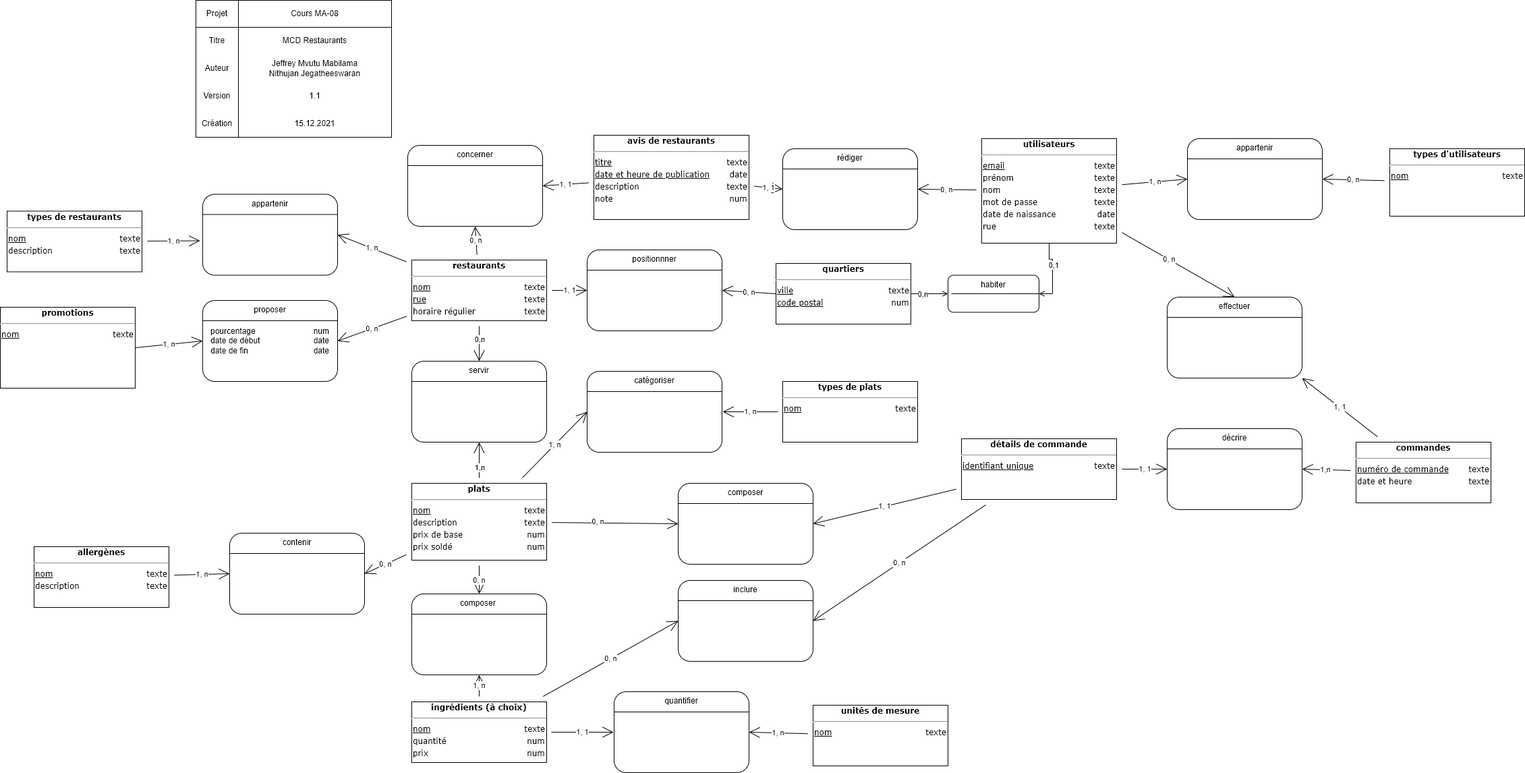
J-Nithujan/MA-08-Modele-Restaurants keeps this draw.io diagram as Rendu/MCD-Restaurants.png. Above is the earlier version. Source tidied: cells renumbered, new cells last; positions are measured from the earlier drawing's top-left corner, leaving out a move shared by most shapes.
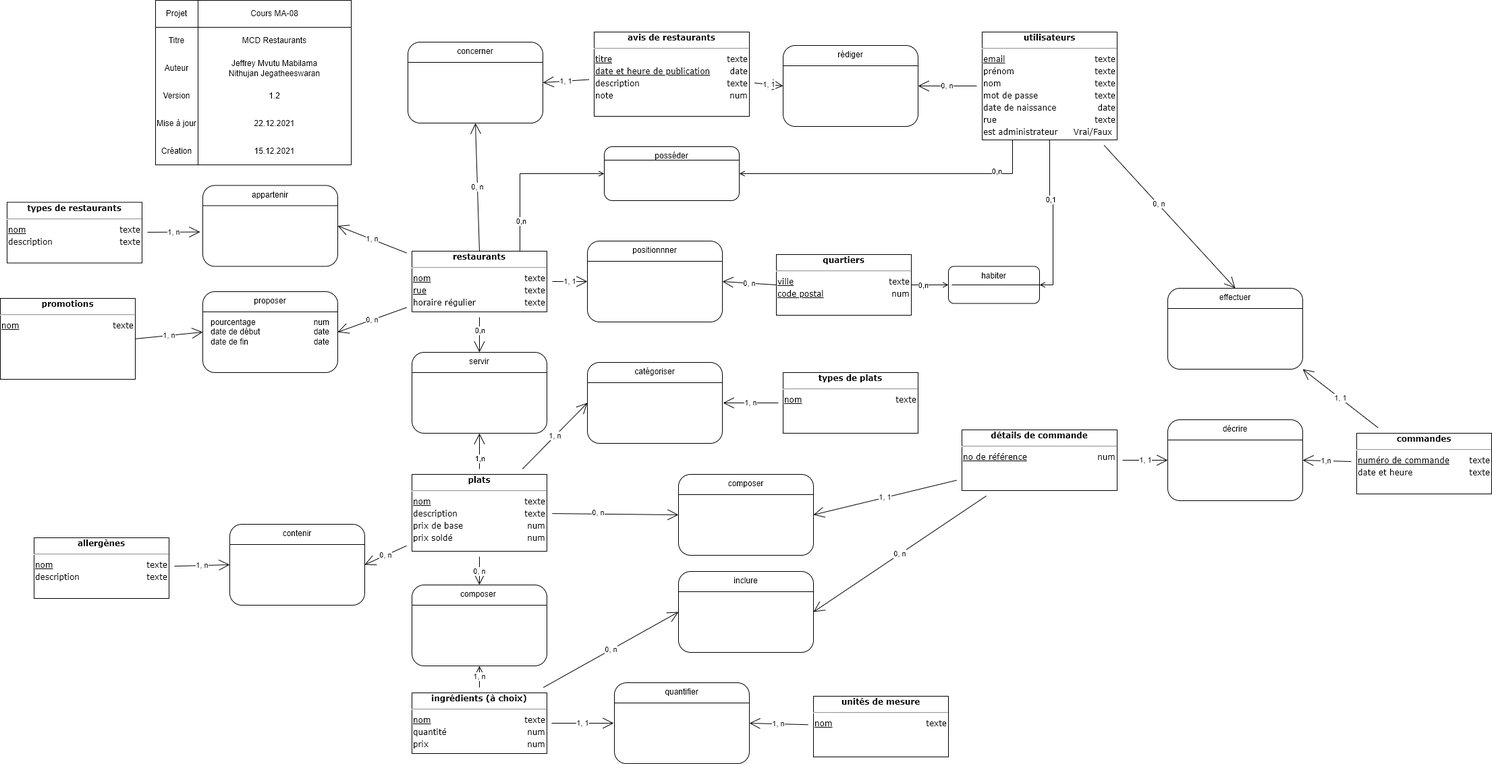
After the change.

Change to the diagram source:
```diff
@@ -5,3 +5,3 @@
     <mxCell id="2" style="shape=table;html=1;whiteSpace=wrap;startSize=0;align=right;" parent="1" vertex="1">
-      <mxGeometry x="290" width="290" height="203" as="geometry" />
+      <mxGeometry x="230" y="13" width="290" height="244" as="geometry" />
     </mxCell>
@@ -40,7 +40,16 @@
     </mxCell>
-    <mxCell id="14" value="1.1" style="shape=partialRectangle;html=1;whiteSpace=wrap;fillColor=none;top=0;left=0;bottom=0;right=0;overflow=hidden;" parent="12" vertex="1">
+    <mxCell id="14" value="1.2" style="shape=partialRectangle;html=1;whiteSpace=wrap;fillColor=none;top=0;left=0;bottom=0;right=0;overflow=hidden;" parent="12" vertex="1">
       <mxGeometry x="63" width="227" height="41" as="geometry" />
     </mxCell>
+    <mxCell id="104" style="shape=partialRectangle;html=1;whiteSpace=wrap;fillColor=none;top=0;left=0;bottom=0;right=0;" parent="2" vertex="1">
+      <mxGeometry y="162" width="290" height="41" as="geometry" />
+    </mxCell>
+    <mxCell id="105" value="Mise à jour" style="shape=partialRectangle;html=1;whiteSpace=wrap;fillColor=none;top=0;left=0;bottom=0;right=0;overflow=hidden;" parent="104" vertex="1">
+      <mxGeometry width="63" height="41" as="geometry" />
+    </mxCell>
+    <mxCell id="106" value="22.12.2021" style="shape=partialRectangle;html=1;whiteSpace=wrap;fillColor=none;top=0;left=0;bottom=0;right=0;overflow=hidden;" parent="104" vertex="1">
+      <mxGeometry x="63" width="227" height="41" as="geometry" />
+    </mxCell>
     <mxCell id="15" style="shape=partialRectangle;html=1;whiteSpace=wrap;fillColor=none;top=0;left=0;bottom=0;right=0;" parent="2" vertex="1">
-      <mxGeometry y="162" width="290" height="41" as="geometry" />
+      <mxGeometry y="203" width="290" height="41" as="geometry" />
     </mxCell>
@@ -55,3 +64,3 @@
     </mxCell>
-    <mxCell id="19" value="0, n" style="edgeStyle=none;curved=1;rounded=0;jettySize=auto;html=1;entryX=0.5;entryY=1;entryDx=0;entryDy=0;endArrow=open;startSize=14;endSize=14;sourcePerimeterSpacing=8;targetPerimeterSpacing=8;" parent="1" edge="1" source="24" target="80">
+    <mxCell id="19" value="0, n" style="edgeStyle=none;curved=1;rounded=0;jettySize=auto;html=1;entryX=0.5;entryY=1;entryDx=0;entryDy=0;endArrow=open;startSize=14;endSize=14;sourcePerimeterSpacing=8;targetPerimeterSpacing=8;exitX=0.5;exitY=0;exitDx=0;exitDy=0;" parent="1" edge="1" source="24" target="80">
       <mxGeometry relative="1" as="geometry" />
@@ -70,2 +79,12 @@
     </mxCell>
+    <mxCell id="107" style="edgeStyle=orthogonalEdgeStyle;rounded=0;jettySize=auto;html=1;entryX=0;entryY=0.5;entryDx=0;entryDy=0;endArrow=open;endFill=0;" parent="1" edge="1" source="24" target="111">
+      <mxGeometry relative="1" as="geometry">
+        <Array as="points">
+          <mxPoint x="770" y="270" />
+        </Array>
+      </mxGeometry>
+    </mxCell>
+    <mxCell id="108" value="0,n" style="edgeLabel;html=1;align=center;verticalAlign=middle;" parent="107" vertex="1">
+      <mxGeometry x="-0.62" y="-1" relative="1" as="geometry" />
+    </mxCell>
     <mxCell id="24" value="&lt;div style=&quot;box-sizing: border-box ; width: 100% ; padding: 2px&quot;&gt;&lt;span style=&quot;background-color: rgb(255 , 255 , 255)&quot;&gt;&lt;b&gt;restaurants&lt;/b&gt;&lt;/span&gt;&lt;/div&gt;&lt;hr&gt;&lt;table style=&quot;width: 100% ; font-size: 1em&quot; cellpadding=&quot;2&quot; cellspacing=&quot;0&quot;&gt;&lt;tbody&gt;&lt;tr&gt;&lt;td style=&quot;text-align: left&quot;&gt;&lt;u&gt;nom&lt;/u&gt;&lt;/td&gt;&lt;td style=&quot;text-align: right&quot;&gt;texte&lt;br&gt;&lt;/td&gt;&lt;/tr&gt;&lt;tr&gt;&lt;td style=&quot;text-align: left&quot;&gt;&lt;u&gt;rue&lt;/u&gt;&lt;/td&gt;&lt;td style=&quot;text-align: right&quot;&gt;texte&lt;br&gt;&lt;/td&gt;&lt;/tr&gt;&lt;tr&gt;&lt;td style=&quot;text-align: left&quot;&gt;horaire régulier&lt;/td&gt;&lt;td style=&quot;text-align: right&quot;&gt;texte&lt;/td&gt;&lt;/tr&gt;&lt;/tbody&gt;&lt;/table&gt;" style="verticalAlign=top;align=center;overflow=fill;html=1;rounded=0;shadow=0;comic=0;labelBackgroundColor=none;strokeColor=#000000;strokeWidth=1;fillColor=#ffffff;fontFamily=Verdana;fontSize=12;fontColor=#000000;" parent="1" vertex="1">
@@ -127,3 +146,3 @@
     <mxCell id="41" value="&lt;div style=&quot;box-sizing: border-box ; width: 100% ; padding: 2px&quot;&gt;&lt;span style=&quot;background-color: rgb(255 , 255 , 255)&quot;&gt;&lt;b&gt;avis de restaurants&lt;/b&gt;&lt;/span&gt;&lt;/div&gt;&lt;hr&gt;&lt;table style=&quot;width: 100% ; font-size: 1em&quot; cellpadding=&quot;2&quot; cellspacing=&quot;0&quot;&gt;&lt;tbody&gt;&lt;tr&gt;&lt;td style=&quot;text-align: left&quot;&gt;&lt;u&gt;titre&lt;/u&gt;&lt;/td&gt;&lt;td style=&quot;text-align: right&quot;&gt;texte&lt;br&gt;&lt;/td&gt;&lt;/tr&gt;&lt;tr&gt;&lt;td style=&quot;text-align: left&quot;&gt;&lt;u&gt;date et heure de publication&lt;/u&gt;&lt;/td&gt;&lt;td style=&quot;text-align: right&quot;&gt;date&lt;br&gt;&lt;/td&gt;&lt;/tr&gt;&lt;tr&gt;&lt;td style=&quot;text-align: left&quot;&gt;description&lt;/td&gt;&lt;td style=&quot;text-align: right&quot;&gt;texte&lt;/td&gt;&lt;/tr&gt;&lt;tr&gt;&lt;td style=&quot;text-align: left&quot;&gt;note&lt;/td&gt;&lt;td style=&quot;text-align: right&quot;&gt;num&lt;/td&gt;&lt;/tr&gt;&lt;/tbody&gt;&lt;/table&gt;" style="verticalAlign=top;align=center;overflow=fill;html=1;rounded=0;shadow=0;comic=0;labelBackgroundColor=none;strokeColor=#000000;strokeWidth=1;fillColor=#ffffff;fontFamily=Verdana;fontSize=12;fontColor=#000000;" parent="1" vertex="1">
-      <mxGeometry x="880" y="200" width="230" height="125" as="geometry" />
+      <mxGeometry x="880" y="60" width="230" height="125" as="geometry" />
     </mxCell>
@@ -150,8 +169,2 @@
     </mxCell>
-    <mxCell id="49" value="0, n" style="edgeStyle=none;curved=1;rounded=0;jettySize=auto;html=1;entryX=1;entryY=0.5;entryDx=0;entryDy=0;endArrow=open;startSize=14;endSize=14;sourcePerimeterSpacing=8;targetPerimeterSpacing=8;" parent="1" edge="1" source="50" target="88">
-      <mxGeometry relative="1" as="geometry" />
-    </mxCell>
-    <mxCell id="50" value="&lt;div style=&quot;box-sizing: border-box ; width: 100% ; padding: 2px&quot;&gt;&lt;span style=&quot;background-color: rgb(255 , 255 , 255)&quot;&gt;&lt;b&gt;types d'utilisateurs&lt;/b&gt;&lt;/span&gt;&lt;/div&gt;&lt;hr&gt;&lt;table style=&quot;width: 100% ; font-size: 1em&quot; cellpadding=&quot;2&quot; cellspacing=&quot;0&quot;&gt;&lt;tbody&gt;&lt;tr&gt;&lt;td style=&quot;text-align: left&quot;&gt;&lt;u&gt;nom&lt;br&gt;&lt;/u&gt;&lt;/td&gt;&lt;td style=&quot;text-align: right&quot;&gt;texte&lt;br&gt;&lt;/td&gt;&lt;/tr&gt;&lt;/tbody&gt;&lt;/table&gt;" style="verticalAlign=top;align=center;overflow=fill;html=1;rounded=0;shadow=0;comic=0;labelBackgroundColor=none;strokeColor=#000000;strokeWidth=1;fillColor=#ffffff;fontFamily=Verdana;fontSize=12;fontColor=#000000;" parent="1" vertex="1">
-      <mxGeometry x="2060" y="220" width="200" height="100" as="geometry" />
-    </mxCell>
     <mxCell id="51" value="0, n" style="edgeStyle=none;curved=1;rounded=0;jettySize=auto;html=1;entryX=1;entryY=0.5;entryDx=0;entryDy=0;endArrow=open;startSize=14;endSize=14;sourcePerimeterSpacing=8;targetPerimeterSpacing=8;" parent="1" edge="1" source="55" target="70">
@@ -159,5 +172,2 @@
     </mxCell>
-    <mxCell id="52" value="1, n" style="edgeStyle=none;curved=1;rounded=0;jettySize=auto;html=1;entryX=0;entryY=0.5;entryDx=0;entryDy=0;endArrow=open;startSize=14;endSize=14;sourcePerimeterSpacing=8;targetPerimeterSpacing=8;" parent="1" edge="1" source="55" target="88">
-      <mxGeometry relative="1" as="geometry" />
-    </mxCell>
     <mxCell id="53" style="edgeStyle=none;curved=1;rounded=0;jettySize=auto;html=1;entryX=0.5;entryY=0;entryDx=0;entryDy=0;endArrow=open;startSize=14;endSize=14;sourcePerimeterSpacing=8;targetPerimeterSpacing=8;" parent="1" edge="1" source="55" target="78">
@@ -170,4 +180,14 @@
     </mxCell>
+    <mxCell id="109" style="edgeStyle=orthogonalEdgeStyle;rounded=0;jettySize=auto;html=1;entryX=1;entryY=0.5;entryDx=0;entryDy=0;endArrow=open;endFill=0;" parent="1" edge="1" source="55" target="111">
+      <mxGeometry relative="1" as="geometry">
+        <Array as="points">
+          <mxPoint x="1500" y="270" />
+        </Array>
+      </mxGeometry>
+    </mxCell>
+    <mxCell id="110" value="0,n" style="edgeLabel;html=1;align=center;verticalAlign=middle;" parent="109" vertex="1">
+      <mxGeometry x="-0.67" y="-4" relative="1" as="geometry" />
+    </mxCell>
-    <mxCell id="55" value="&lt;div style=&quot;box-sizing: border-box ; width: 100% ; padding: 2px&quot;&gt;&lt;span style=&quot;background-color: rgb(255 , 255 , 255)&quot;&gt;&lt;b&gt;utilisateurs&lt;/b&gt;&lt;/span&gt;&lt;/div&gt;&lt;hr&gt;&lt;table style=&quot;width: 100% ; font-size: 1em&quot; cellpadding=&quot;2&quot; cellspacing=&quot;0&quot;&gt;&lt;tbody&gt;&lt;tr&gt;&lt;td style=&quot;text-align: left&quot;&gt;&lt;u&gt;email&lt;/u&gt;&lt;/td&gt;&lt;td style=&quot;text-align: right&quot;&gt;texte&lt;/td&gt;&lt;/tr&gt;&lt;tr&gt;&lt;td style=&quot;text-align: left&quot;&gt;prénom&lt;/td&gt;&lt;td style=&quot;text-align: right&quot;&gt;texte&lt;br&gt;&lt;/td&gt;&lt;/tr&gt;&lt;tr&gt;&lt;td style=&quot;text-align: left&quot;&gt;nom&lt;br&gt;&lt;/td&gt;&lt;td style=&quot;text-align: right&quot;&gt;texte&lt;br&gt;&lt;/td&gt;&lt;/tr&gt;&lt;tr&gt;&lt;td style=&quot;text-align: left&quot;&gt;mot de passe&lt;/td&gt;&lt;td style=&quot;text-align: right&quot;&gt;texte&lt;/td&gt;&lt;/tr&gt;&lt;tr&gt;&lt;td style=&quot;text-align: left&quot;&gt;date de naissance&lt;/td&gt;&lt;td style=&quot;text-align: right&quot;&gt;date&lt;/td&gt;&lt;/tr&gt;&lt;tr&gt;&lt;td style=&quot;text-align: left&quot;&gt;rue&lt;/td&gt;&lt;td style=&quot;text-align: right&quot;&gt;texte&lt;/td&gt;&lt;/tr&gt;&lt;/tbody&gt;&lt;/table&gt;" style="verticalAlign=top;align=center;overflow=fill;html=1;rounded=0;shadow=0;comic=0;labelBackgroundColor=none;strokeColor=#000000;strokeWidth=1;fillColor=#ffffff;fontFamily=Verdana;fontSize=12;fontColor=#000000;" parent="1" vertex="1">
-      <mxGeometry x="1455" y="205" width="200" height="155" as="geometry" />
+    <mxCell id="55" value="&lt;div style=&quot;box-sizing: border-box ; width: 100% ; padding: 2px&quot;&gt;&lt;span style=&quot;background-color: rgb(255 , 255 , 255)&quot;&gt;&lt;b&gt;utilisateurs&lt;/b&gt;&lt;/span&gt;&lt;/div&gt;&lt;hr&gt;&lt;table style=&quot;width: 100% ; font-size: 1em&quot; cellpadding=&quot;2&quot; cellspacing=&quot;0&quot;&gt;&lt;tbody&gt;&lt;tr&gt;&lt;td style=&quot;text-align: left&quot;&gt;&lt;u&gt;email&lt;/u&gt;&lt;/td&gt;&lt;td style=&quot;text-align: right&quot;&gt;texte&lt;/td&gt;&lt;/tr&gt;&lt;tr&gt;&lt;td style=&quot;text-align: left&quot;&gt;prénom&lt;/td&gt;&lt;td style=&quot;text-align: right&quot;&gt;texte&lt;br&gt;&lt;/td&gt;&lt;/tr&gt;&lt;tr&gt;&lt;td style=&quot;text-align: left&quot;&gt;nom&lt;br&gt;&lt;/td&gt;&lt;td style=&quot;text-align: right&quot;&gt;texte&lt;br&gt;&lt;/td&gt;&lt;/tr&gt;&lt;tr&gt;&lt;td style=&quot;text-align: left&quot;&gt;mot de passe&lt;/td&gt;&lt;td style=&quot;text-align: right&quot;&gt;texte&lt;/td&gt;&lt;/tr&gt;&lt;tr&gt;&lt;td style=&quot;text-align: left&quot;&gt;date de naissance&lt;/td&gt;&lt;td style=&quot;text-align: right&quot;&gt;date&lt;/td&gt;&lt;/tr&gt;&lt;tr&gt;&lt;td style=&quot;text-align: left&quot;&gt;rue&lt;/td&gt;&lt;td style=&quot;text-align: right&quot;&gt;texte&lt;/td&gt;&lt;/tr&gt;&lt;tr&gt;&lt;td style=&quot;text-align: left&quot;&gt;est administrateur&lt;/td&gt;&lt;td&gt;Vrai/Faux&lt;/td&gt;&lt;/tr&gt;&lt;/tbody&gt;&lt;/table&gt;" style="verticalAlign=top;align=center;overflow=fill;html=1;rounded=0;shadow=0;comic=0;labelBackgroundColor=none;strokeColor=#000000;strokeWidth=1;fillColor=#ffffff;fontFamily=Verdana;fontSize=12;fontColor=#000000;" parent="1" vertex="1">
+      <mxGeometry x="1455" y="60" width="200" height="160" as="geometry" />
     </mxCell>
@@ -209,3 +229,3 @@
     </mxCell>
-    <mxCell id="67" value="&lt;div style=&quot;box-sizing: border-box ; width: 100% ; padding: 2px&quot;&gt;&lt;span style=&quot;background-color: rgb(255 , 255 , 255)&quot;&gt;&lt;b&gt;détails de commande&lt;/b&gt;&lt;/span&gt;&lt;/div&gt;&lt;hr&gt;&lt;table style=&quot;width: 100% ; font-size: 1em&quot; cellpadding=&quot;2&quot; cellspacing=&quot;0&quot;&gt;&lt;tbody&gt;&lt;tr&gt;&lt;td style=&quot;text-align: left&quot;&gt;&lt;u&gt;identifiant unique&lt;/u&gt;&lt;/td&gt;&lt;td style=&quot;text-align: right&quot;&gt;texte&lt;br&gt;&lt;/td&gt;&lt;/tr&gt;&lt;/tbody&gt;&lt;/table&gt;" style="verticalAlign=top;align=center;overflow=fill;html=1;rounded=0;shadow=0;comic=0;labelBackgroundColor=none;strokeColor=#000000;strokeWidth=1;fillColor=#ffffff;fontFamily=Verdana;fontSize=12;fontColor=#000000;" parent="1" vertex="1">
+    <mxCell id="67" value="&lt;div style=&quot;box-sizing: border-box ; width: 100% ; padding: 2px&quot;&gt;&lt;span style=&quot;background-color: rgb(255 , 255 , 255)&quot;&gt;&lt;b&gt;détails de commande&lt;/b&gt;&lt;/span&gt;&lt;/div&gt;&lt;hr&gt;&lt;table style=&quot;width: 100% ; font-size: 1em&quot; cellpadding=&quot;2&quot; cellspacing=&quot;0&quot;&gt;&lt;tbody&gt;&lt;tr&gt;&lt;td style=&quot;text-align: left&quot;&gt;&lt;u&gt;no de référence&lt;/u&gt;&lt;/td&gt;&lt;td style=&quot;text-align: right&quot;&gt;num&lt;br&gt;&lt;/td&gt;&lt;/tr&gt;&lt;/tbody&gt;&lt;/table&gt;" style="verticalAlign=top;align=center;overflow=fill;html=1;rounded=0;shadow=0;comic=0;labelBackgroundColor=none;strokeColor=#000000;strokeWidth=1;fillColor=#ffffff;fontFamily=Verdana;fontSize=12;fontColor=#000000;" parent="1" vertex="1">
       <mxGeometry x="1425" y="650" width="230" height="90" as="geometry" />
@@ -221,8 +241,6 @@
     <mxCell id="70" value="rédiger" style="rounded=1;whiteSpace=wrap;html=1;verticalAlign=top;" parent="1" vertex="1">
-      <mxGeometry x="1160" y="220" width="200" height="120" as="geometry" />
+      <mxGeometry x="1160" y="80" width="200" height="120" as="geometry" />
     </mxCell>
-    <mxCell id="71" style="endArrow=none;html=1;exitX=0;exitY=0.25;exitDx=0;exitDy=0;entryX=1;entryY=0.25;entryDx=0;entryDy=0;rounded=0;" parent="1" edge="1" target="70">
-      <mxGeometry relative="1" as="geometry">
-        <mxPoint x="1160" y="250" as="sourcePoint" />
-      </mxGeometry>
+    <mxCell id="71" style="endArrow=none;html=1;exitX=0;exitY=0.25;exitDx=0;exitDy=0;entryX=1;entryY=0.25;entryDx=0;entryDy=0;rounded=0;" parent="1" edge="1" source="70" target="70">
+      <mxGeometry relative="1" as="geometry" />
     </mxCell>
@@ -261,8 +279,6 @@
     <mxCell id="80" value="concerner" style="rounded=1;whiteSpace=wrap;html=1;verticalAlign=top;" parent="1" vertex="1">
-      <mxGeometry x="604" y="215" width="200" height="120" as="geometry" />
+      <mxGeometry x="604" y="75" width="200" height="120" as="geometry" />
     </mxCell>
-    <mxCell id="81" style="endArrow=none;html=1;exitX=0;exitY=0.25;exitDx=0;exitDy=0;entryX=1;entryY=0.25;entryDx=0;entryDy=0;rounded=0;" parent="1" edge="1" target="80">
-      <mxGeometry relative="1" as="geometry">
-        <mxPoint x="604" y="245" as="sourcePoint" />
-      </mxGeometry>
+    <mxCell id="81" style="endArrow=none;html=1;exitX=0;exitY=0.25;exitDx=0;exitDy=0;entryX=1;entryY=0.25;entryDx=0;entryDy=0;rounded=0;" parent="1" edge="1" source="80" target="80">
+      <mxGeometry relative="1" as="geometry" />
     </mxCell>
@@ -292,10 +308,2 @@
     </mxCell>
-    <mxCell id="88" value="appartenir" style="rounded=1;whiteSpace=wrap;html=1;verticalAlign=top;" parent="1" vertex="1">
-      <mxGeometry x="1760" y="205" width="200" height="120" as="geometry" />
-    </mxCell>
-    <mxCell id="89" style="endArrow=none;html=1;exitX=0;exitY=0.25;exitDx=0;exitDy=0;entryX=1;entryY=0.25;entryDx=0;entryDy=0;rounded=0;" parent="1" edge="1" target="88">
-      <mxGeometry relative="1" as="geometry">
-        <mxPoint x="1760" y="235" as="sourcePoint" />
-      </mxGeometry>
-    </mxCell>
     <mxCell id="90" value="appartenir" style="rounded=1;whiteSpace=wrap;html=1;verticalAlign=top;" parent="1" vertex="1">
@@ -353,2 +361,8 @@
     </mxCell>
+    <mxCell id="111" value="posséder" style="rounded=1;whiteSpace=wrap;html=1;verticalAlign=top;" parent="1" vertex="1">
+      <mxGeometry x="895" y="230" width="200" height="80" as="geometry" />
+    </mxCell>
+    <mxCell id="112" style="endArrow=none;html=1;exitX=0;exitY=0.25;exitDx=0;exitDy=0;entryX=1;entryY=0.25;entryDx=0;entryDy=0;rounded=0;" parent="1" edge="1" source="111" target="111">
+      <mxGeometry relative="1" as="geometry" />
+    </mxCell>
   </root>
```
